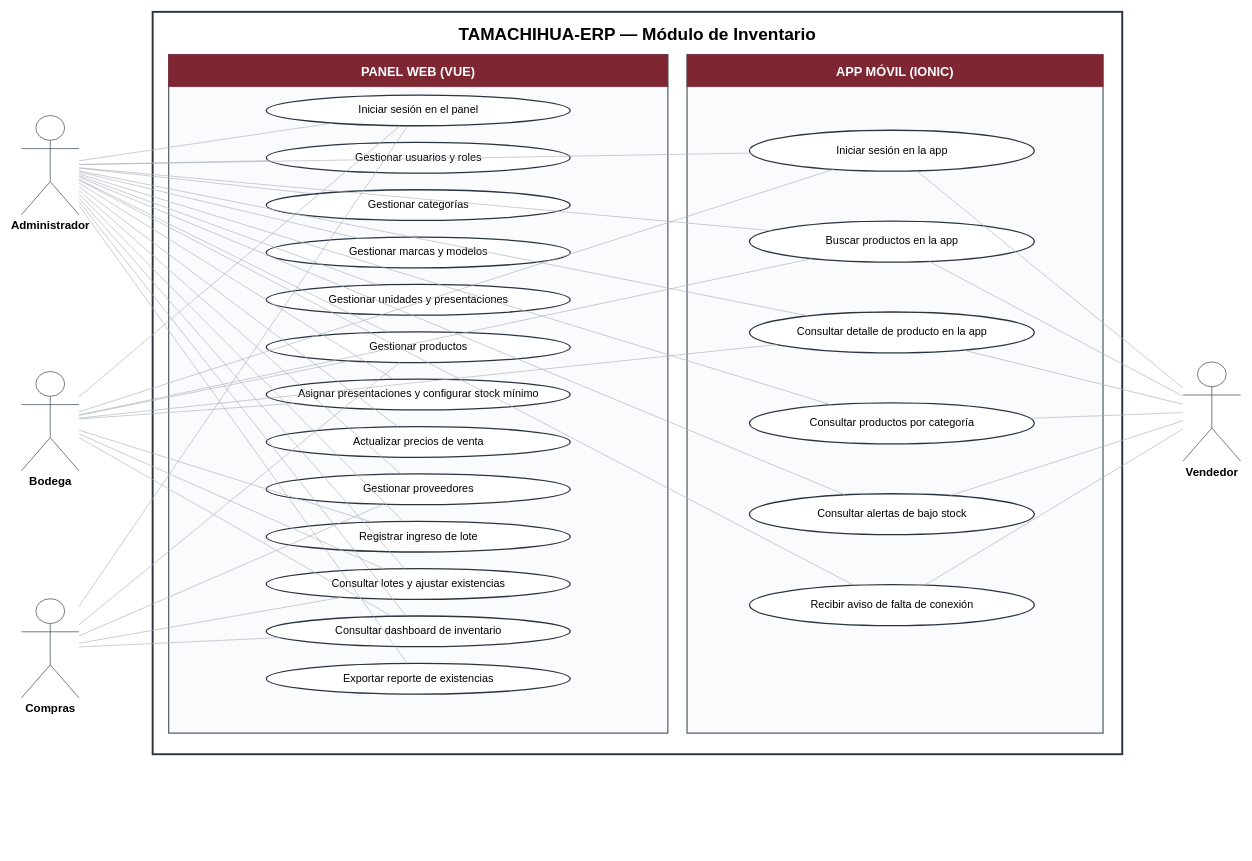
Earlier version of the draw.io diagram 01-Documentacion/Diagramas/CU-00 Diagrama general.drawio (FactoryLabSV/Proyecto-final-dam-frameworks-agiles). Source tidied: cells renumbered, new cells numbered last; positions are measured from the earlier drawing's top-left corner, leaving out a move shared by most shapes. Both pictures are drawn from the tidied source at 64%, with x=0, y=0 at pixel (21, 12).
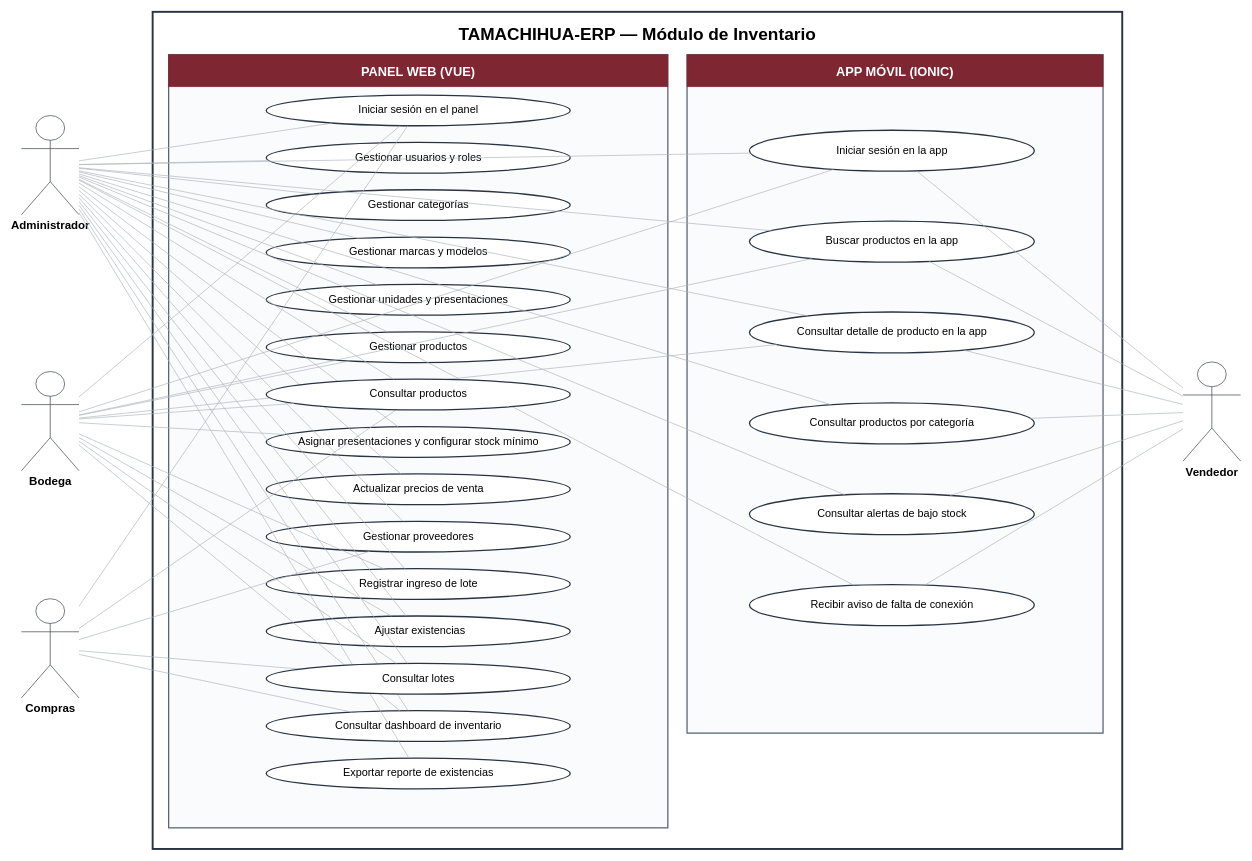
The same page after the edit.

Commit message (it also covers changes not shown here):
T-02: corregir diagrama y especificación CU-03

The change refers to these unchanged cells:
```xml
<mxCell id="12" value="Gestionar productos" style="ellipse;whiteSpace=wrap;html=1;align=center;verticalAlign=middle;fontSize=17;fillColor=#FFFFFF;strokeColor=#293342;strokeWidth=2;" parent="1" vertex="1">
  <mxGeometry x="382.5" y="500" width="475" height="48" as="geometry" />
</mxCell>
<mxCell id="26" value="Administrador" style="shape=umlActor;verticalLabelPosition=bottom;verticalAlign=top;html=1;fillColor=#FFFFFF;strokeColor=#293342;fontSize=18;fontStyle=1;" parent="1" vertex="1">
  <mxGeometry y="162" width="90" height="155" as="geometry" />
</mxCell>
<mxCell id="27" value="Bodega" style="shape=umlActor;verticalLabelPosition=bottom;verticalAlign=top;html=1;fillColor=#FFFFFF;strokeColor=#293342;fontSize=18;fontStyle=1;" parent="1" vertex="1">
  <mxGeometry y="562" width="90" height="155" as="geometry" />
</mxCell>
<mxCell id="28" value="Compras" style="shape=umlActor;verticalLabelPosition=bottom;verticalAlign=top;html=1;fillColor=#FFFFFF;strokeColor=#293342;fontSize=18;fontStyle=1;" parent="1" vertex="1">
  <mxGeometry y="917" width="90" height="155" as="geometry" />
</mxCell>
```

The edit, as a diff of the source:
```diff
@@
     <mxCell id="2" value="TAMACHIHUA-ERP — Módulo de Inventario" style="rounded=0;whiteSpace=wrap;html=1;verticalAlign=top;align=center;spacingTop=12;fontSize=27;fontStyle=1;fillColor=none;strokeColor=#293342;strokeWidth=3;" parent="1" vertex="1">
-      <mxGeometry x="205" width="1515" height="1160" as="geometry" />
+      <mxGeometry x="205" width="1515" height="1308" as="geometry" />
     </mxCell>
     <mxCell id="3" style="rounded=0;whiteSpace=wrap;html=1;fillColor=#FAFBFC;strokeColor=#5B6573;strokeWidth=2;" parent="1" vertex="1">
-      <mxGeometry x="230" y="67" width="780" height="1060" as="geometry" />
+      <mxGeometry x="230" y="67" width="780" height="1208" as="geometry" />
     </mxCell>
@@
     <mxCell id="13" value="Asignar presentaciones y configurar stock mínimo" style="ellipse;whiteSpace=wrap;html=1;align=center;verticalAlign=middle;fontSize=17;fillColor=#FFFFFF;strokeColor=#293342;strokeWidth=2;" parent="1" vertex="1">
-      <mxGeometry x="382.5" y="574" width="475" height="48" as="geometry" />
+      <mxGeometry x="382.5" y="648" width="475" height="48" as="geometry" />
     </mxCell>
     <mxCell id="14" value="Actualizar precios de venta" style="ellipse;whiteSpace=wrap;html=1;align=center;verticalAlign=middle;fontSize=17;fillColor=#FFFFFF;strokeColor=#293342;strokeWidth=2;" parent="1" vertex="1">
-      <mxGeometry x="382.5" y="648" width="475" height="48" as="geometry" />
+      <mxGeometry x="382.5" y="722" width="475" height="48" as="geometry" />
     </mxCell>
     <mxCell id="15" value="Gestionar proveedores" style="ellipse;whiteSpace=wrap;html=1;align=center;verticalAlign=middle;fontSize=17;fillColor=#FFFFFF;strokeColor=#293342;strokeWidth=2;" parent="1" vertex="1">
-      <mxGeometry x="382.5" y="722" width="475" height="48" as="geometry" />
+      <mxGeometry x="382.5" y="796" width="475" height="48" as="geometry" />
     </mxCell>
     <mxCell id="16" value="Registrar ingreso de lote" style="ellipse;whiteSpace=wrap;html=1;align=center;verticalAlign=middle;fontSize=17;fillColor=#FFFFFF;strokeColor=#293342;strokeWidth=2;" parent="1" vertex="1">
-      <mxGeometry x="382.5" y="796" width="475" height="48" as="geometry" />
+      <mxGeometry x="382.5" y="870" width="475" height="48" as="geometry" />
     </mxCell>
-    <mxCell id="17" value="Consultar lotes y ajustar existencias" style="ellipse;whiteSpace=wrap;html=1;align=center;verticalAlign=middle;fontSize=17;fillColor=#FFFFFF;strokeColor=#293342;strokeWidth=2;" parent="1" vertex="1">
-      <mxGeometry x="382.5" y="870" width="475" height="48" as="geometry" />
+    <mxCell id="17" value="&amp;nbsp;Ajustar existencias" style="ellipse;whiteSpace=wrap;html=1;align=center;verticalAlign=middle;fontSize=17;fillColor=#FFFFFF;strokeColor=#293342;strokeWidth=2;" parent="1" vertex="1">
+      <mxGeometry x="382.5" y="944" width="475" height="48" as="geometry" />
     </mxCell>
     <mxCell id="18" value="Consultar dashboard de inventario" style="ellipse;whiteSpace=wrap;html=1;align=center;verticalAlign=middle;fontSize=17;fillColor=#FFFFFF;strokeColor=#293342;strokeWidth=2;" parent="1" vertex="1">
-      <mxGeometry x="382.5" y="944" width="475" height="48" as="geometry" />
+      <mxGeometry x="382.5" y="1092" width="475" height="48" as="geometry" />
     </mxCell>
     <mxCell id="19" value="Exportar reporte de existencias" style="ellipse;whiteSpace=wrap;html=1;align=center;verticalAlign=middle;fontSize=17;fillColor=#FFFFFF;strokeColor=#293342;strokeWidth=2;" parent="1" vertex="1">
-      <mxGeometry x="382.5" y="1018" width="475" height="48" as="geometry" />
+      <mxGeometry x="382.5" y="1166" width="475" height="48" as="geometry" />
     </mxCell>
@@
-    <mxCell id="59" style="endArrow=none;html=1;rounded=0;strokeColor=#AAB2BC;strokeWidth=1;" parent="1" edge="1" source="28" target="12">
+    <mxCell id="59" style="endArrow=none;html=1;rounded=0;strokeColor=#AAB2BC;strokeWidth=1;" parent="1" edge="1" source="28" target="69">
       <mxGeometry relative="1" as="geometry" />
     </mxCell>
@@
-    <mxCell id="61" style="endArrow=none;html=1;rounded=0;strokeColor=#AAB2BC;strokeWidth=1;" parent="1" edge="1" source="28" target="17">
+    <mxCell id="61" style="endArrow=none;html=1;rounded=0;strokeColor=#AAB2BC;strokeWidth=1;" parent="1" edge="1" source="28" target="70">
       <mxGeometry relative="1" as="geometry" />
     </mxCell>
@@
+    <mxCell id="69" value="Consultar productos" style="ellipse;whiteSpace=wrap;html=1;align=center;verticalAlign=middle;fontSize=17;fillColor=#FFFFFF;strokeColor=#293342;strokeWidth=2;" parent="1" vertex="1">
+      <mxGeometry x="382.5" y="574" width="475" height="48" as="geometry" />
+    </mxCell>
+    <mxCell id="70" value="Consultar lotes" style="ellipse;whiteSpace=wrap;html=1;align=center;verticalAlign=middle;fontSize=17;fillColor=#FFFFFF;strokeColor=#293342;strokeWidth=2;" parent="1" vertex="1">
+      <mxGeometry x="382.5" y="1018" width="475" height="48" as="geometry" />
+    </mxCell>
+    <mxCell id="71" style="endArrow=none;html=1;rounded=0;strokeColor=#AAB2BC;strokeWidth=1;" parent="1" edge="1" source="26" target="69">
+      <mxGeometry relative="1" as="geometry" />
+    </mxCell>
+    <mxCell id="72" style="endArrow=none;html=1;rounded=0;strokeColor=#AAB2BC;strokeWidth=1;" parent="1" edge="1" source="26" target="70">
+      <mxGeometry relative="1" as="geometry" />
+    </mxCell>
+    <mxCell id="73" style="endArrow=none;html=1;rounded=0;strokeColor=#AAB2BC;strokeWidth=1;" parent="1" edge="1" source="27" target="69">
+      <mxGeometry relative="1" as="geometry" />
+    </mxCell>
+    <mxCell id="74" style="endArrow=none;html=1;rounded=0;strokeColor=#AAB2BC;strokeWidth=1;" parent="1" edge="1" source="27" target="70">
+      <mxGeometry relative="1" as="geometry" />
+    </mxCell>
```
